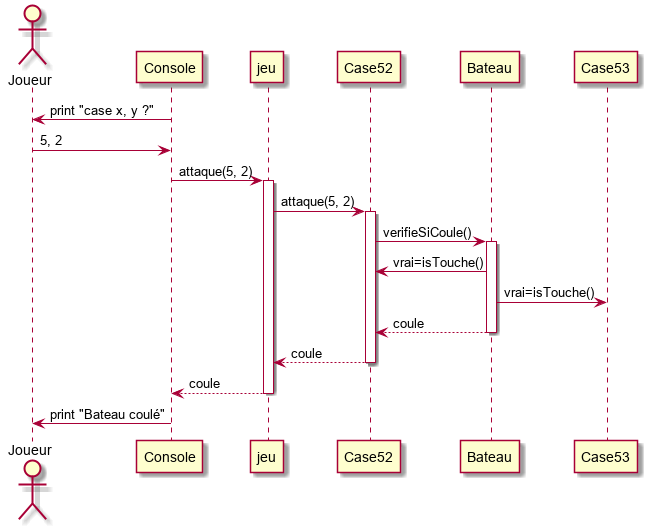
Earlier version of the PlantUML export uml/seq_batnav_attaquerBateauCoule.png (cerisaratheo/BatNAv).
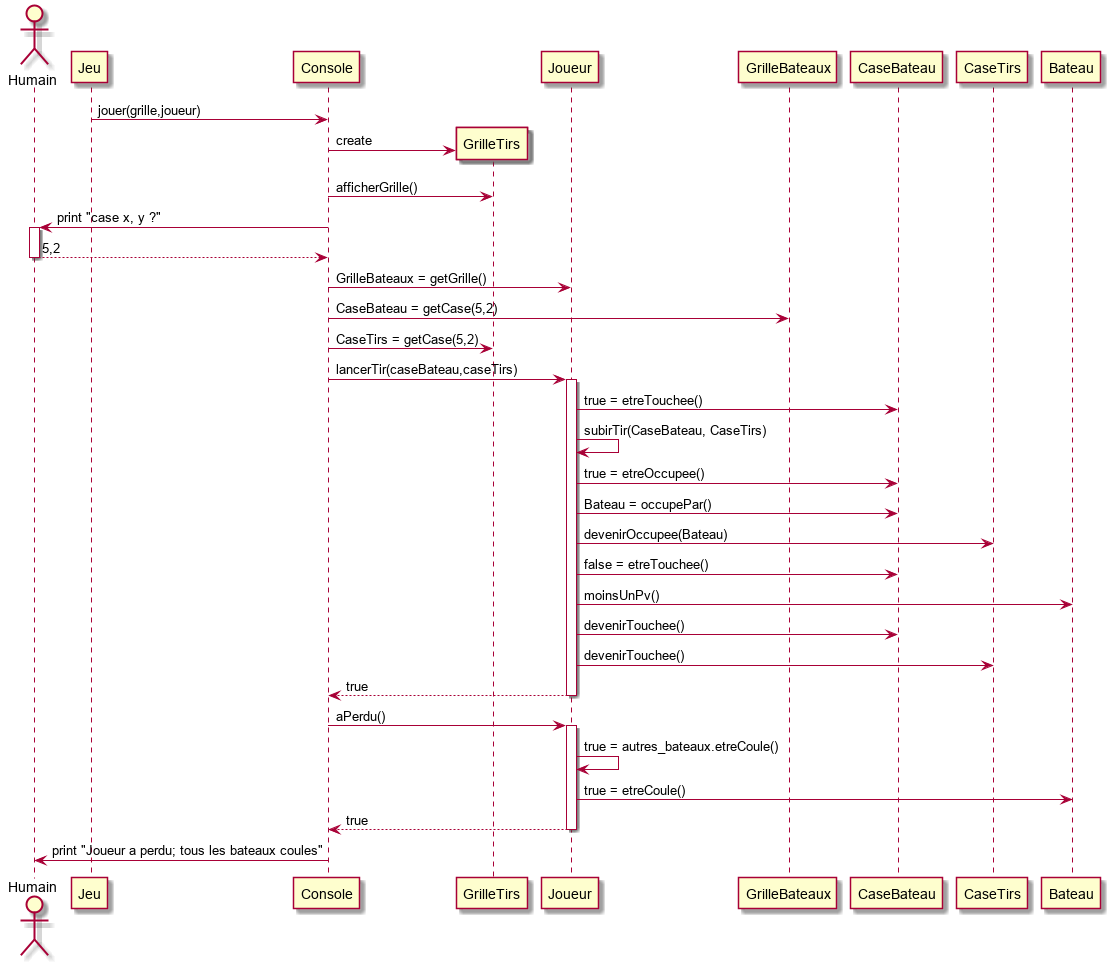
Later version of the same file.

Commit message:
diagrammes de sequence a jour

What changed in the source:
```diff
@@ -1,17 +1,30 @@
 @startuml
-actor Joueur
-Console -> Joueur : print "case x, y ?"
-Joueur -> Console: 5, 2
-Console -> jeu : attaque(5, 2)
-activate jeu
-jeu -> Case52 : attaque(5, 2)
-activate Case52
-Case52 -> Bateau : verifieSiCoule()
-activate Bateau
-Bateau -> Case52 : vrai=isTouche()
-Bateau -> Case53 : vrai=isTouche()
-return coule
-return coule
-return coule
-Console -> Joueur : print "Bateau coulé"
+actor Humain
+Jeu -> Console: jouer(grille,joueur)
+Console -> GrilleTirs ** : create
+Console -> GrilleTirs : afficherGrille()
+Console -> Humain : print "case x, y ?"
+activate Humain
+return 5,2
+Console -> Joueur: GrilleBateaux = getGrille()
+Console -> GrilleBateaux : CaseBateau = getCase(5,2)
+Console -> GrilleTirs : CaseTirs = getCase(5,2)
+Console -> Joueur : lancerTir(caseBateau,caseTirs)
+activate Joueur
+Joueur -> CaseBateau : true = etreTouchee()
+Joueur -> Joueur : subirTir(CaseBateau, CaseTirs)
+Joueur -> CaseBateau : true = etreOccupee()
+Joueur -> CaseBateau : Bateau = occupePar()
+Joueur -> CaseTirs : devenirOccupee(Bateau)
+Joueur -> CaseBateau : false = etreTouchee()
+Joueur -> Bateau : moinsUnPv()
+Joueur -> CaseBateau : devenirTouchee()
+Joueur -> CaseTirs : devenirTouchee()
+return true
+Console -> Joueur : aPerdu()
+activate Joueur
+Joueur -> Joueur : true = autres_bateaux.etreCoule()
+Joueur -> Bateau : true = etreCoule()
+return true
+Console -> Humain : print "Joueur a perdu; tous les bateaux coules"
 @enduml
```
